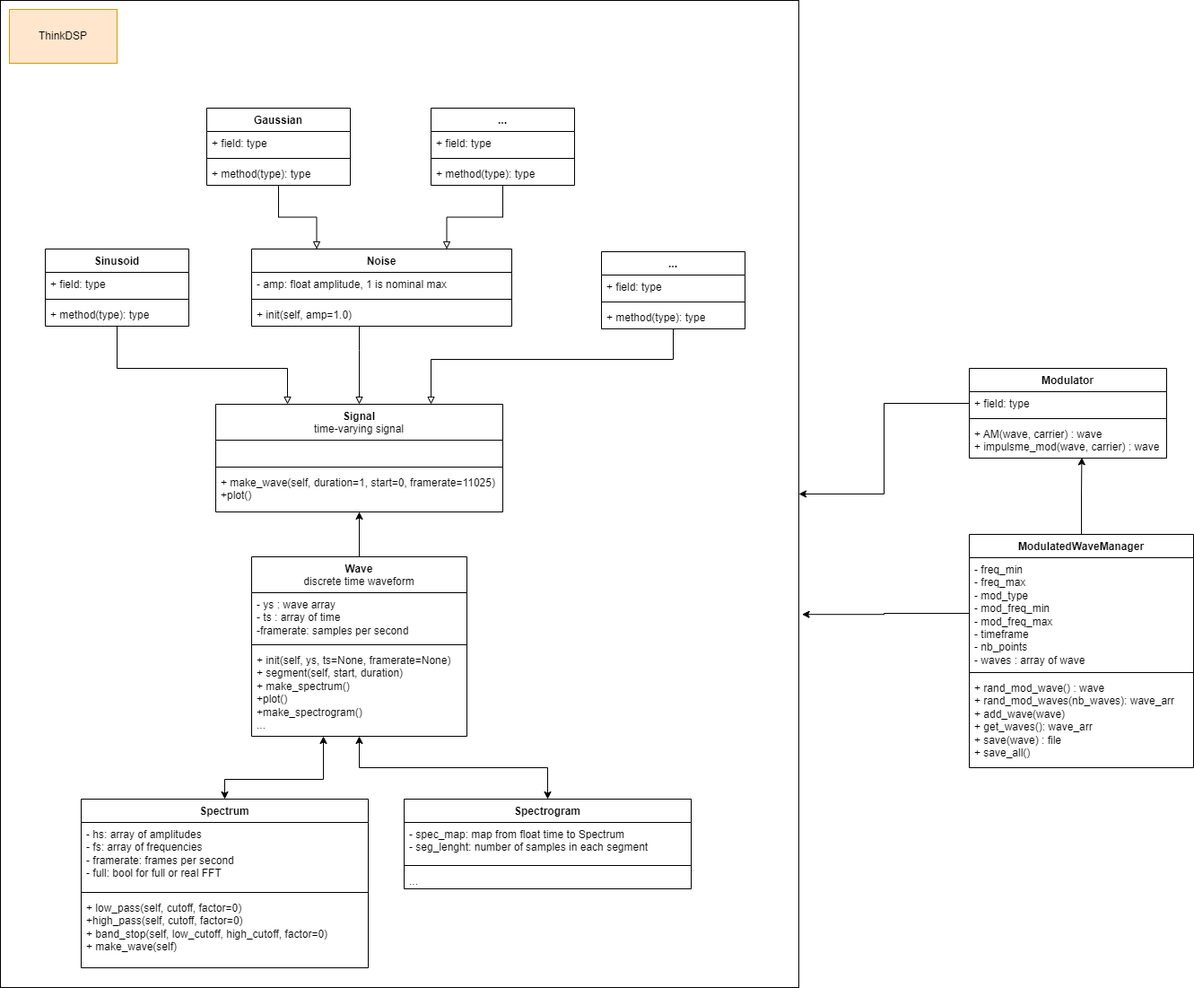
Above: docs/UML-waveform.png in BillyBigGun/PFE-A2023-Classification-Modulation (draw.io), before the change. Source tidied: cells renumbered, new cells last; positions are measured from the earlier drawing's top-left corner, leaving out a move shared by most shapes.
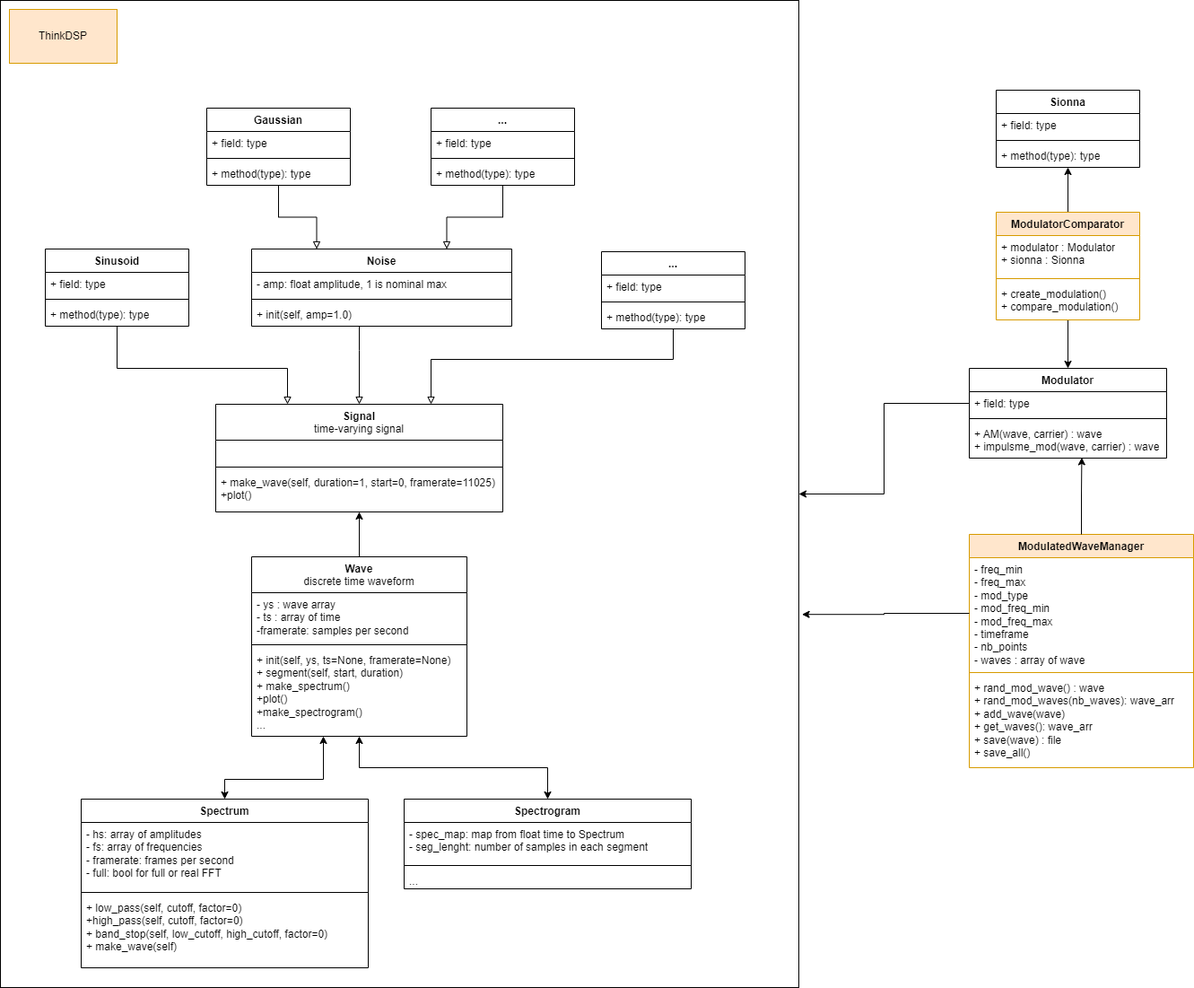
The same diagram one commit later.

Commit message:
Avancement UML

The edit, as a diff of the source:
```diff
@@ -160,7 +160,7 @@
     <mxCell id="47" value="ThinkDSP" style="rounded=0;whiteSpace=wrap;html=1;fillColor=#ffe6cc;strokeColor=#d79b00;" parent="1" vertex="1">
       <mxGeometry x="10" y="10" width="120" height="60" as="geometry" />
     </mxCell>
-    <mxCell id="48" value="ModulatedWaveManager" style="swimlane;fontStyle=1;align=center;verticalAlign=top;horizontal=1;startSize=26;whiteSpace=wrap;html=1;" parent="1" vertex="1">
+    <mxCell id="48" value="ModulatedWaveManager" style="swimlane;fontStyle=1;align=center;verticalAlign=top;horizontal=1;startSize=26;whiteSpace=wrap;html=1;fillColor=#ffe6cc;strokeColor=#d79b00;" parent="1" vertex="1">
       <mxGeometry x="1080" y="595" width="250" height="260" as="geometry" />
     </mxCell>
     <mxCell id="49" value="- freq_min&lt;br&gt;- freq_max&lt;br&gt;- mod_type&lt;br&gt;- mod_freq_min&lt;br&gt;- mod_freq_max&lt;br&gt;- timeframe&lt;br&gt;- nb_points&lt;br&gt;- waves : array of wave" style="text;strokeColor=none;fillColor=none;align=left;verticalAlign=top;spacingLeft=4;spacingRight=4;overflow=hidden;points=[[0,0.5],[1,0.5]];portConstraint=eastwest;whiteSpace=wrap;html=1;" parent="48" vertex="1">
@@ -193,5 +193,40 @@
     <mxCell id="58" style="edgeStyle=orthogonalEdgeStyle;rounded=0;jettySize=auto;html=1;exitX=0.5;exitY=0;exitDx=0;exitDy=0;entryX=0.57;entryY=0.985;entryDx=0;entryDy=0;entryPerimeter=0;" parent="1" edge="1" source="48" target="55">
       <mxGeometry relative="1" as="geometry" />
     </mxCell>
+    <mxCell id="59" style="edgeStyle=orthogonalEdgeStyle;rounded=0;jettySize=auto;html=1;" parent="1" edge="1" source="61" target="68">
+      <mxGeometry relative="1" as="geometry">
+        <Array as="points">
+          <mxPoint x="1190" y="160" />
+          <mxPoint x="1190" y="160" />
+        </Array>
+      </mxGeometry>
+    </mxCell>
+    <mxCell id="60" style="edgeStyle=orthogonalEdgeStyle;rounded=0;jettySize=auto;html=1;entryX=0.5;entryY=0;entryDx=0;entryDy=0;" parent="1" edge="1" source="61" target="52">
+      <mxGeometry relative="1" as="geometry" />
+    </mxCell>
+    <mxCell id="61" value="ModulatorComparator" style="swimlane;fontStyle=1;align=center;verticalAlign=top;horizontal=1;startSize=26;whiteSpace=wrap;html=1;fillColor=#ffe6cc;strokeColor=#d79b00;" parent="1" vertex="1">
+      <mxGeometry x="1110" y="236" width="160" height="120" as="geometry" />
+    </mxCell>
+    <mxCell id="62" value="+ modulator : Modulator&lt;br&gt;+ sionna : Sionna" style="text;strokeColor=none;fillColor=none;align=left;verticalAlign=top;spacingLeft=4;spacingRight=4;overflow=hidden;whiteSpace=wrap;html=1;" parent="61" vertex="1">
+      <mxGeometry y="26" width="160" height="44" as="geometry" />
+    </mxCell>
+    <mxCell id="63" style="line;strokeWidth=1;fillColor=none;align=left;verticalAlign=middle;spacingTop=-1;spacingLeft=3;spacingRight=3;labelPosition=right;strokeColor=inherit;" parent="61" vertex="1">
+      <mxGeometry y="70" width="160" height="8" as="geometry" />
+    </mxCell>
+    <mxCell id="64" value="+ create_modulation()&lt;br&gt;+ compare_modulation()" style="text;strokeColor=none;fillColor=none;align=left;verticalAlign=top;spacingLeft=4;spacingRight=4;overflow=hidden;whiteSpace=wrap;html=1;" parent="61" vertex="1">
+      <mxGeometry y="78" width="160" height="42" as="geometry" />
+    </mxCell>
+    <mxCell id="65" value="Sionna" style="swimlane;fontStyle=1;align=center;verticalAlign=top;horizontal=1;startSize=26;whiteSpace=wrap;html=1;" parent="1" vertex="1">
+      <mxGeometry x="1110" y="100" width="160" height="86" as="geometry" />
+    </mxCell>
+    <mxCell id="66" value="+ field: type" style="text;strokeColor=none;fillColor=none;align=left;verticalAlign=top;spacingLeft=4;spacingRight=4;overflow=hidden;whiteSpace=wrap;html=1;" parent="65" vertex="1">
+      <mxGeometry y="26" width="160" height="26" as="geometry" />
+    </mxCell>
+    <mxCell id="67" style="line;strokeWidth=1;fillColor=none;align=left;verticalAlign=middle;spacingTop=-1;spacingLeft=3;spacingRight=3;labelPosition=right;strokeColor=inherit;" parent="65" vertex="1">
+      <mxGeometry y="52" width="160" height="8" as="geometry" />
+    </mxCell>
+    <mxCell id="68" value="+ method(type): type" style="text;strokeColor=none;fillColor=none;align=left;verticalAlign=top;spacingLeft=4;spacingRight=4;overflow=hidden;points=[[0,0.5],[1,0.5]];portConstraint=eastwest;whiteSpace=wrap;html=1;" parent="65" vertex="1">
+      <mxGeometry y="60" width="160" height="26" as="geometry" />
+    </mxCell>
   </root>
 </mxGraphModel>
```
